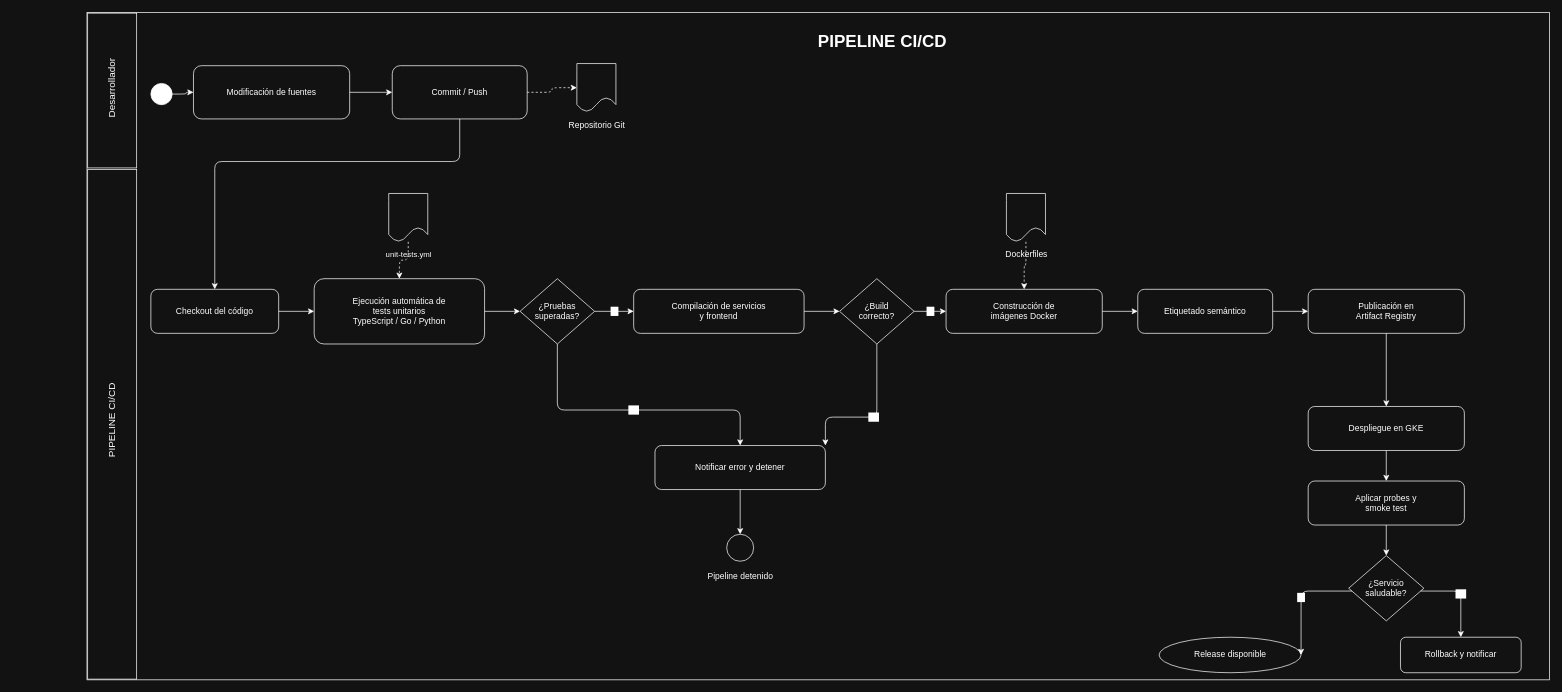
The draw.io diagram Documentacion/Vistas4+1/XML/DiagramaFlujoPipeline_CI_CD_F2_G4.drawio in thanya-gate/SA_PROYECTO_202307691, before the edit. Source tidied: cells renumbered, new cells numbered last; positions are measured from the earlier drawing's top-left corner, leaving out a move shared by most shapes. Both pictures are drawn from the tidied source at 71%, with x=0, y=0 at pixel (87, 12).
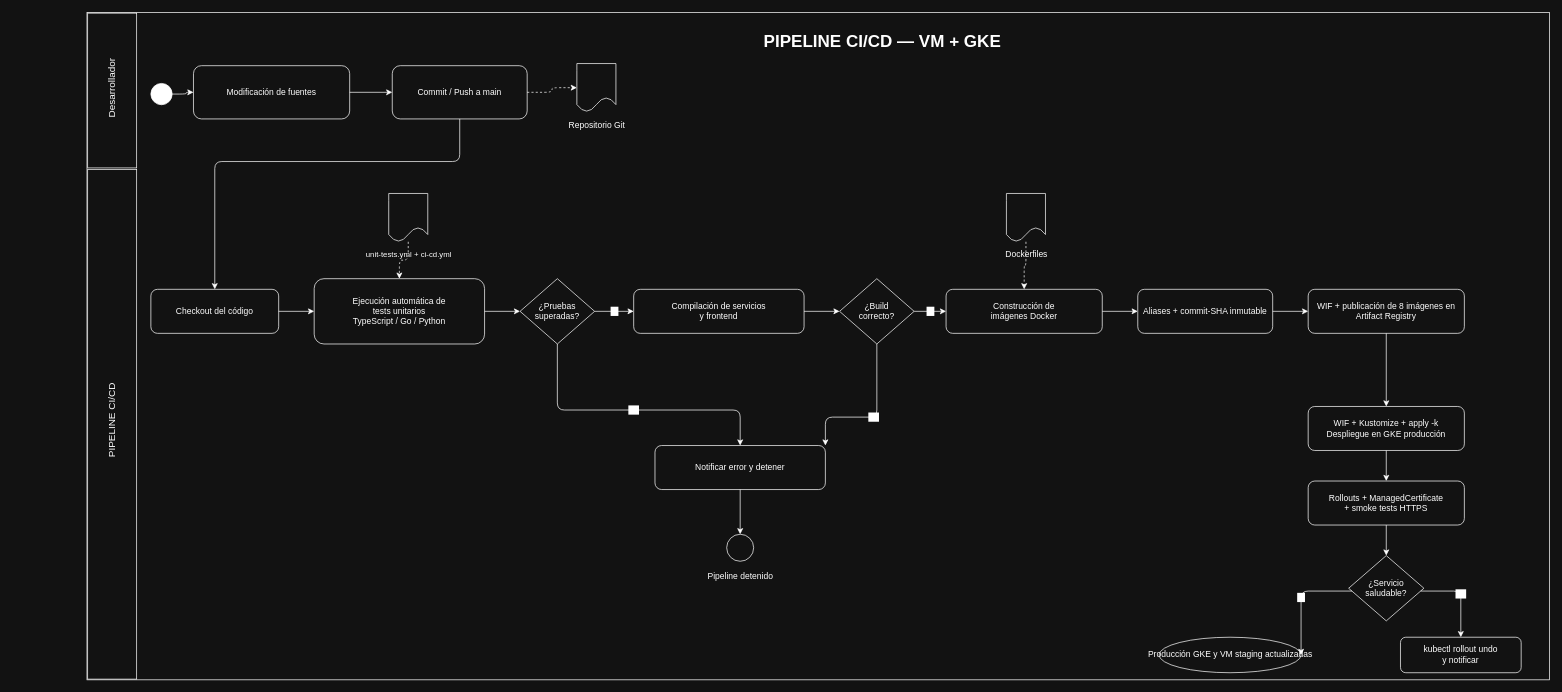
After the change.

Commit message (it also covers changes not shown here):
docs: actualizar documentación de despliegue y CI/CD

Change to the diagram source:
```diff
@@
-    <mxCell id="8" value="PIPELINE CI/CD" style="text;align=center;verticalAlign=middle;strokeColor=none;fillColor=none;fontColor=#FFFFFF;html=1;fontStyle=1;fontSize=24;" parent="1" vertex="1">
+    <mxCell id="8" value="PIPELINE CI/CD — VM + GKE" style="text;align=center;verticalAlign=middle;strokeColor=none;fillColor=none;fontColor=#FFFFFF;html=1;fontStyle=1;fontSize=24;" parent="1" vertex="1">
       <mxGeometry x="880" y="20" width="480" height="42" as="geometry" />
     </mxCell>
@@
-    <mxCell id="34" value="Commit / Push" style="rounded=1;whiteSpace=wrap;html=1;fillColor=none;strokeColor=#FFFFFF;fontColor=#FFFFFF;strokeWidth=1;" parent="1" vertex="1">
+    <mxCell id="34" value="Commit / Push a main" style="rounded=1;whiteSpace=wrap;html=1;fillColor=none;strokeColor=#FFFFFF;fontColor=#FFFFFF;strokeWidth=1;" parent="1" vertex="1">
       <mxGeometry x="430" y="75" width="190" height="75" as="geometry" />
     </mxCell>
@@
-    <mxCell id="43" value="Etiquetado semántico" style="rounded=1;whiteSpace=wrap;html=1;fillColor=none;strokeColor=#FFFFFF;fontColor=#FFFFFF;strokeWidth=1;" parent="1" vertex="1">
+    <mxCell id="43" value="Aliases + commit-SHA inmutable" style="rounded=1;whiteSpace=wrap;html=1;fillColor=none;strokeColor=#FFFFFF;fontColor=#FFFFFF;strokeWidth=1;" parent="1" vertex="1">
       <mxGeometry x="1480" y="390" width="190" height="62" as="geometry" />
     </mxCell>
-    <mxCell id="44" value="Publicación en&lt;br&gt;Artifact Registry" style="rounded=1;whiteSpace=wrap;html=1;fillColor=none;strokeColor=#FFFFFF;fontColor=#FFFFFF;strokeWidth=1;" parent="1" vertex="1">
+    <mxCell id="44" value="WIF + publicación de 8 imágenes en&lt;br&gt;Artifact Registry" style="rounded=1;whiteSpace=wrap;html=1;fillColor=none;strokeColor=#FFFFFF;fontColor=#FFFFFF;strokeWidth=1;" parent="1" vertex="1">
       <mxGeometry x="1720" y="390" width="220" height="62" as="geometry" />
     </mxCell>
@@
-    <mxCell id="46" value="unit-tests.yml" style="text;align=center;verticalAlign=middle;strokeColor=none;fillColor=none;fontColor=#FFFFFF;html=1;fontSize=11;" parent="1" vertex="1">
+    <mxCell id="46" value="unit-tests.yml + ci-cd.yml" style="text;align=center;verticalAlign=middle;strokeColor=none;fillColor=none;fontColor=#FFFFFF;html=1;fontSize=11;" parent="1" vertex="1">
       <mxGeometry x="365" y="328" width="175" height="25" as="geometry" />
     </mxCell>
@@
-    <mxCell id="52" value="Despliegue en GKE" style="rounded=1;whiteSpace=wrap;html=1;fillColor=none;strokeColor=#FFFFFF;fontColor=#FFFFFF;strokeWidth=1;" parent="1" vertex="1">
+    <mxCell id="52" value="WIF + Kustomize + apply -k&lt;br&gt;Despliegue en GKE producción" style="rounded=1;whiteSpace=wrap;html=1;fillColor=none;strokeColor=#FFFFFF;fontColor=#FFFFFF;strokeWidth=1;" parent="1" vertex="1">
       <mxGeometry x="1720" y="555" width="220" height="62" as="geometry" />
     </mxCell>
-    <mxCell id="53" value="Aplicar probes y&lt;br&gt;smoke test" style="rounded=1;whiteSpace=wrap;html=1;fillColor=none;strokeColor=#FFFFFF;fontColor=#FFFFFF;strokeWidth=1;" parent="1" vertex="1">
+    <mxCell id="53" value="Rollouts + ManagedCertificate&lt;br&gt;+ smoke tests HTTPS" style="rounded=1;whiteSpace=wrap;html=1;fillColor=none;strokeColor=#FFFFFF;fontColor=#FFFFFF;strokeWidth=1;" parent="1" vertex="1">
       <mxGeometry x="1720" y="660" width="220" height="62" as="geometry" />
     </mxCell>
@@
-    <mxCell id="55" value="Release disponible" style="ellipse;html=1;fillColor=none;strokeColor=#FFFFFF;fontColor=#FFFFFF;strokeWidth=1;" parent="1" vertex="1">
+    <mxCell id="55" value="Producción GKE y VM staging actualizadas" style="ellipse;html=1;fillColor=none;strokeColor=#FFFFFF;fontColor=#FFFFFF;strokeWidth=1;" parent="1" vertex="1">
       <mxGeometry x="1510" y="880" width="200" height="50" as="geometry" />
     </mxCell>
-    <mxCell id="56" value="Rollback y notificar" style="rounded=1;whiteSpace=wrap;html=1;fillColor=none;strokeColor=#FFFFFF;fontColor=#FFFFFF;strokeWidth=1;" parent="1" vertex="1">
+    <mxCell id="56" value="kubectl rollout undo&lt;br&gt;y notificar" style="rounded=1;whiteSpace=wrap;html=1;fillColor=none;strokeColor=#FFFFFF;fontColor=#FFFFFF;strokeWidth=1;" parent="1" vertex="1">
       <mxGeometry x="1850" y="880" width="170" height="50" as="geometry" />
     </mxCell>
```
